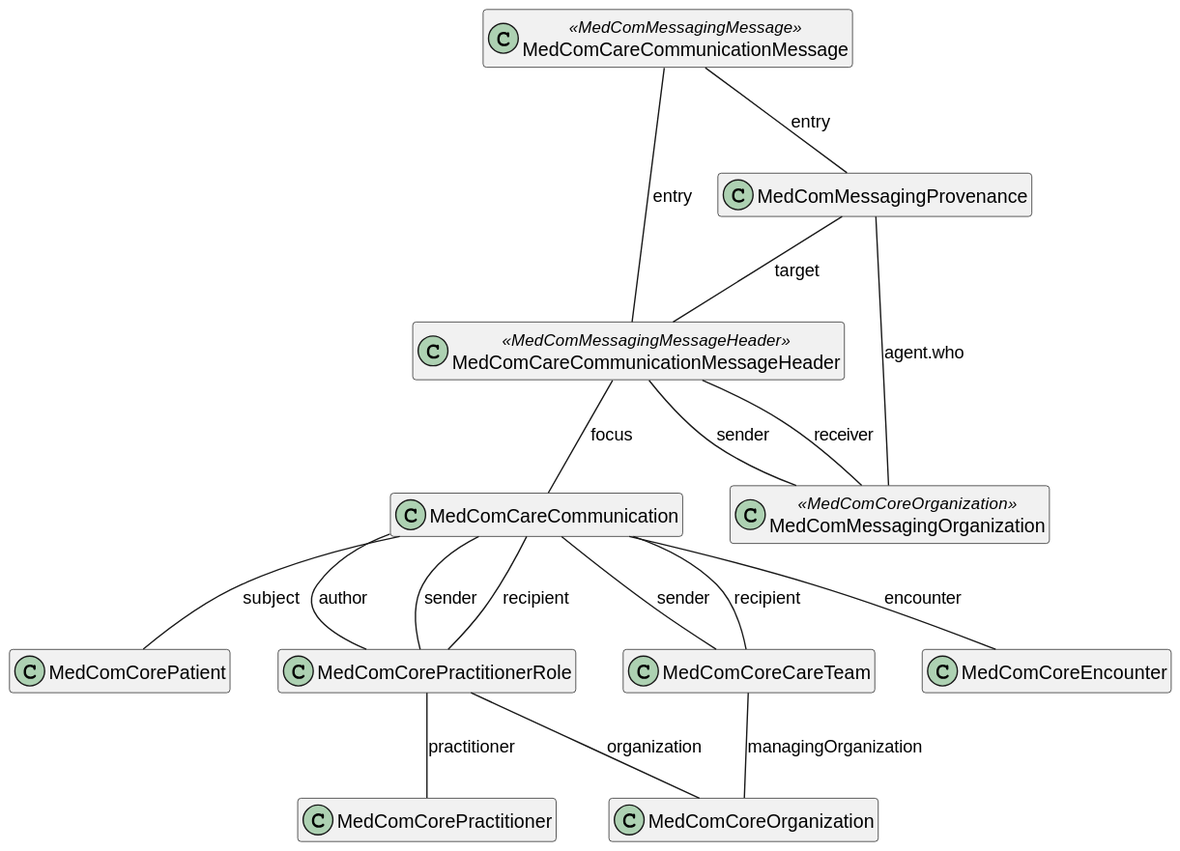
Before: input/images/carecommunication/CareCommunication.svg, a diagram exported from PlantUML (medcomdk/dk-medcom-carecommunication).
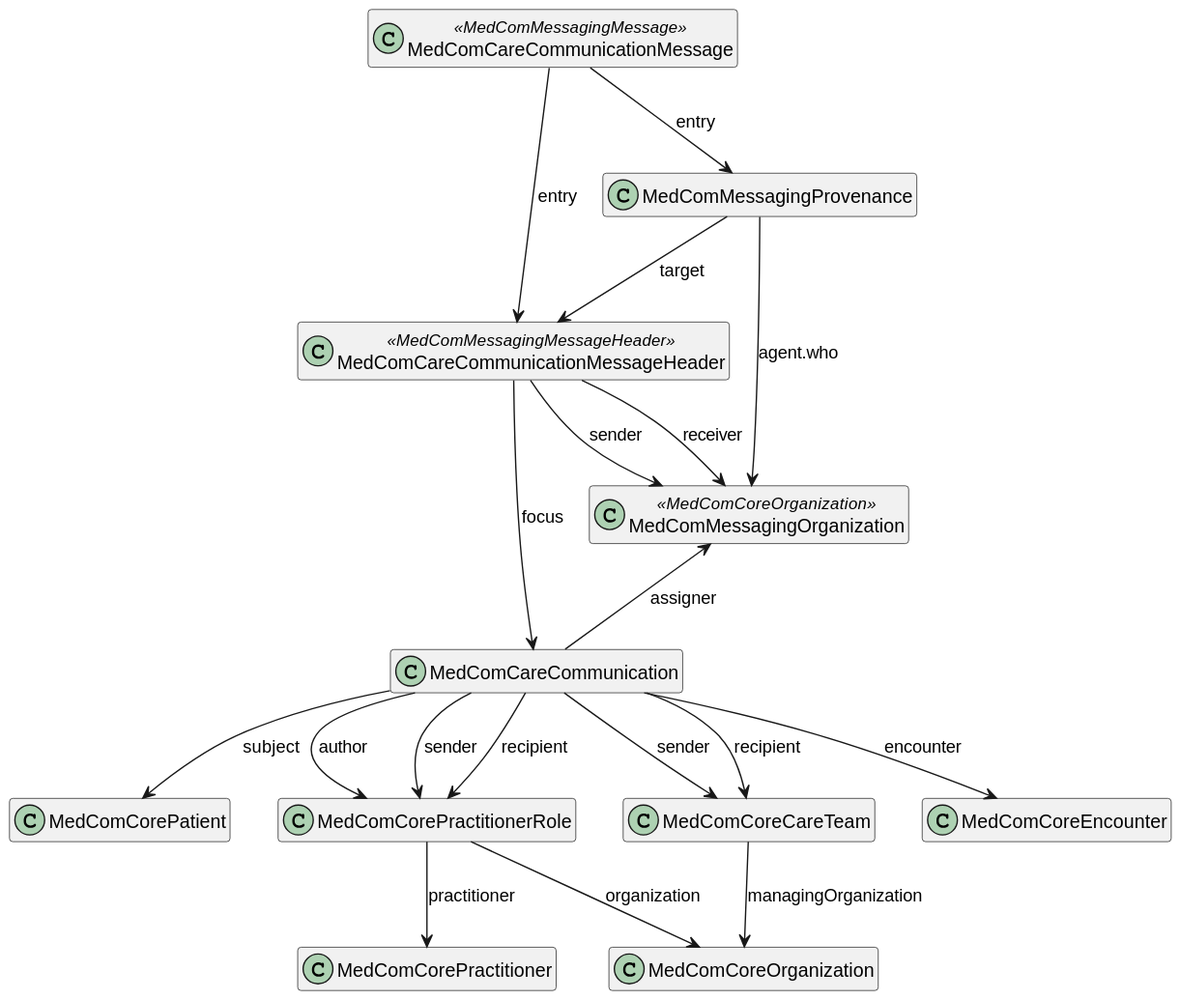
The same file after the commit.

The edit, as a diff of the source:
```diff
@@ -16,23 +16,24 @@
 class "MedComCoreEncounter" as encounter
 class "MedComCoreOrganization" as organization
 
-message -- messageheader : "entry"
-messageheader -- communication : "focus"
-communication -- patient : "subject"
-communication -- pracRole : "author"
-message -- provenance : "entry"
-provenance -- messageheader : "target"
-provenance -- messagingOrganization : "agent.who"
-communication -- careteam : "sender"
-communication -- careteam : "recipient"
-communication -- pracRole : "sender"
-communication -- pracRole : "recipient"
-pracRole -- author : "practitioner"
-pracRole -- organization : "organization"
-careteam -- organization : "managingOrganization"
-communication -- encounter : "encounter"
+message --> messageheader : "entry"
+messageheader --> communication : "focus"
+communication --> patient : "subject"
+communication --> pracRole : "author"
+message --> provenance : "entry"
+provenance --> messageheader : "target"
+provenance --> messagingOrganization : "agent.who"
+communication --> careteam : "sender"
+communication --> careteam : "recipient"
+communication --> pracRole : "sender"
+communication --> pracRole : "recipient"
+messagingOrganization <-- communication : "assigner"
+pracRole --> author : "practitioner"
+pracRole --> organization : "organization"
+careteam --> organization : "managingOrganization"
+communication --> encounter : "encounter"
 
 
-messageheader -- messagingOrganization : "receiver"
-messageheader -- messagingOrganization : "sender"
+messageheader --> messagingOrganization : "receiver"
+messageheader --> messagingOrganization : "sender"
 @enduml
```
